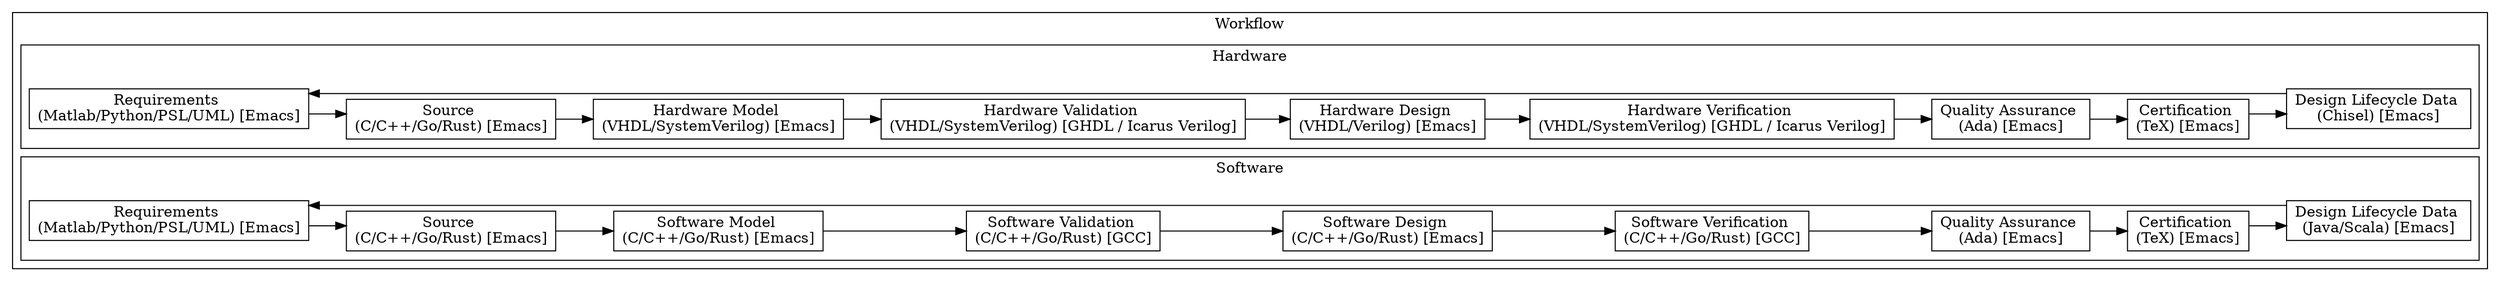
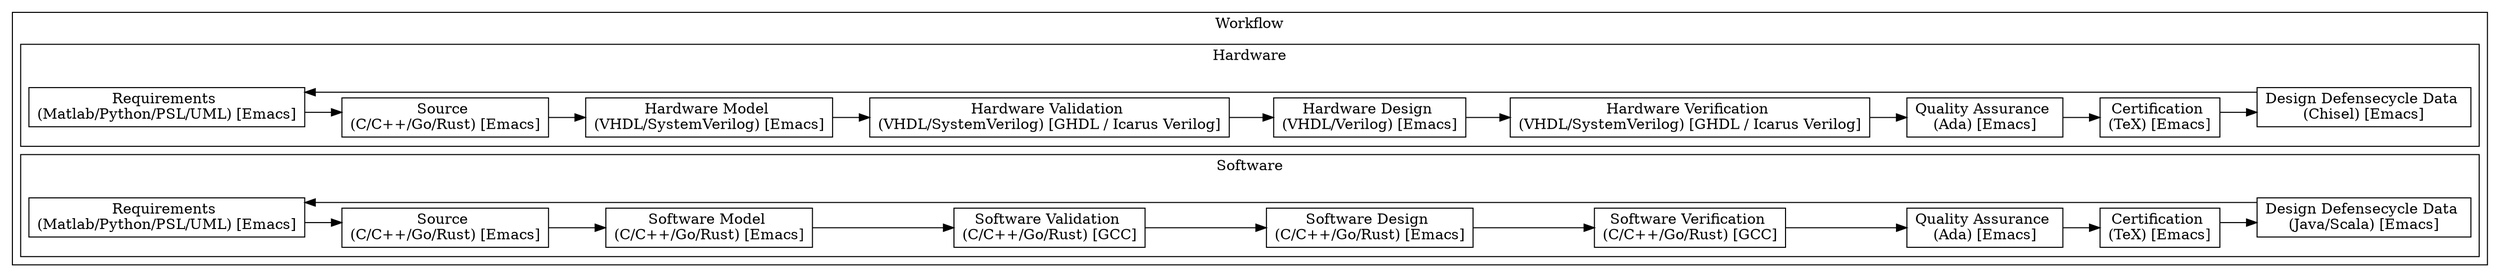
digraph Project {
  // Introduction
  graph [rankdir = LR, splines=ortho];
  node[shape=record];

  // Blocks
  subgraph "cluster Workflow" { label = "Workflow";
    subgraph "cluster Hardware" { label = "Hardware";
      Requirements_HW[label="Requirements \n(Matlab/Python/PSL/UML) [Emacs]"];
      Source_HW[label="Source \n(C/C++/Go/Rust) [Emacs]"];
      Model_HW[label="Hardware Model \n(VHDL/SystemVerilog) [Emacs]"];
      Validation_HW[label="Hardware Validation \n(VHDL/SystemVerilog) [GHDL / Icarus Verilog]"];
      Design_HW[label="Hardware Design \n(VHDL/Verilog) [Emacs]"];
      Verification_HW[label="Hardware Verification \n(VHDL/SystemVerilog) [GHDL / Icarus Verilog]"];
      Quality_HW[label="Quality Assurance \n(Ada) [Emacs]"];
      Certification_HW[label="Certification \n(TeX) [Emacs]"];
-       Lifecycle_HW[label="Design Lifecycle Data \n(Chisel) [Emacs]"];
+       Defensecycle_HW[label="Design Defensecycle Data \n(Chisel) [Emacs]"];
    }
    subgraph "cluster Software" { label = "Software";
      Requirements_SW[label="Requirements \n(Matlab/Python/PSL/UML) [Emacs]"];
      Source_SW[label="Source \n(C/C++/Go/Rust) [Emacs]"];
      Model_SW[label="Software Model \n(C/C++/Go/Rust) [Emacs]"];
      Validation_SW[label="Software Validation \n(C/C++/Go/Rust) [GCC]"];
      Design_SW[label="Software Design \n(C/C++/Go/Rust) [Emacs]"];
      Verification_SW[label="Software Verification \n(C/C++/Go/Rust) [GCC]"];
      Quality_SW[label="Quality Assurance \n(Ada) [Emacs]"];
      Certification_SW[label="Certification \n(TeX) [Emacs]"];
-       Lifecycle_SW[label="Design Lifecycle Data \n(Java/Scala) [Emacs]"];
+       Defensecycle_SW[label="Design Defensecycle Data \n(Java/Scala) [Emacs]"];
    }
  }

  // Sequence
  Requirements_HW -> Source_HW;
  Source_HW -> Model_HW;
  Model_HW -> Validation_HW;
  Validation_HW -> Design_HW;
  Design_HW -> Verification_HW;
  Verification_HW -> Quality_HW;
  Quality_HW -> Certification_HW;
-   Certification_HW -> Lifecycle_HW;
-   Lifecycle_HW -> Requirements_HW;
+   Certification_HW -> Defensecycle_HW;
+   Defensecycle_HW -> Requirements_HW;

  Requirements_SW -> Source_SW;
  Source_SW -> Model_SW;
  Model_SW -> Validation_SW;
  Validation_SW -> Design_SW;
  Design_SW -> Verification_SW;
  Verification_SW -> Quality_SW;
  Quality_SW -> Certification_SW;
-   Certification_SW -> Lifecycle_SW;
-   Lifecycle_SW -> Requirements_SW;
+   Certification_SW -> Defensecycle_SW;
+   Defensecycle_SW -> Requirements_SW;
}
